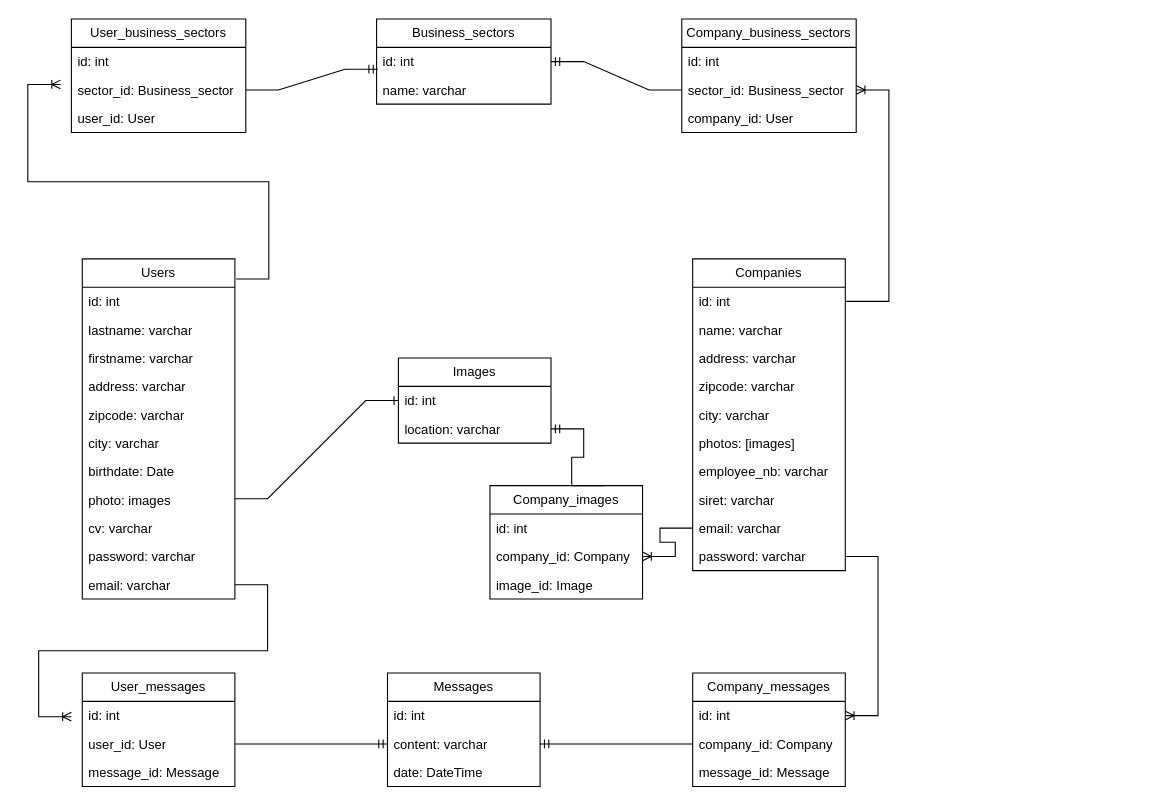
This is conception/bdd.drawio from Goramax/chooze_me, a draw.io file, before an edit. Source tidied: cells renumbered, new cells numbered last; positions are measured from the earlier drawing's top-left corner, leaving out a move shared by most shapes. Both pictures are drawn from the tidied source at 109%, with x=0, y=0 at pixel (27, 19).
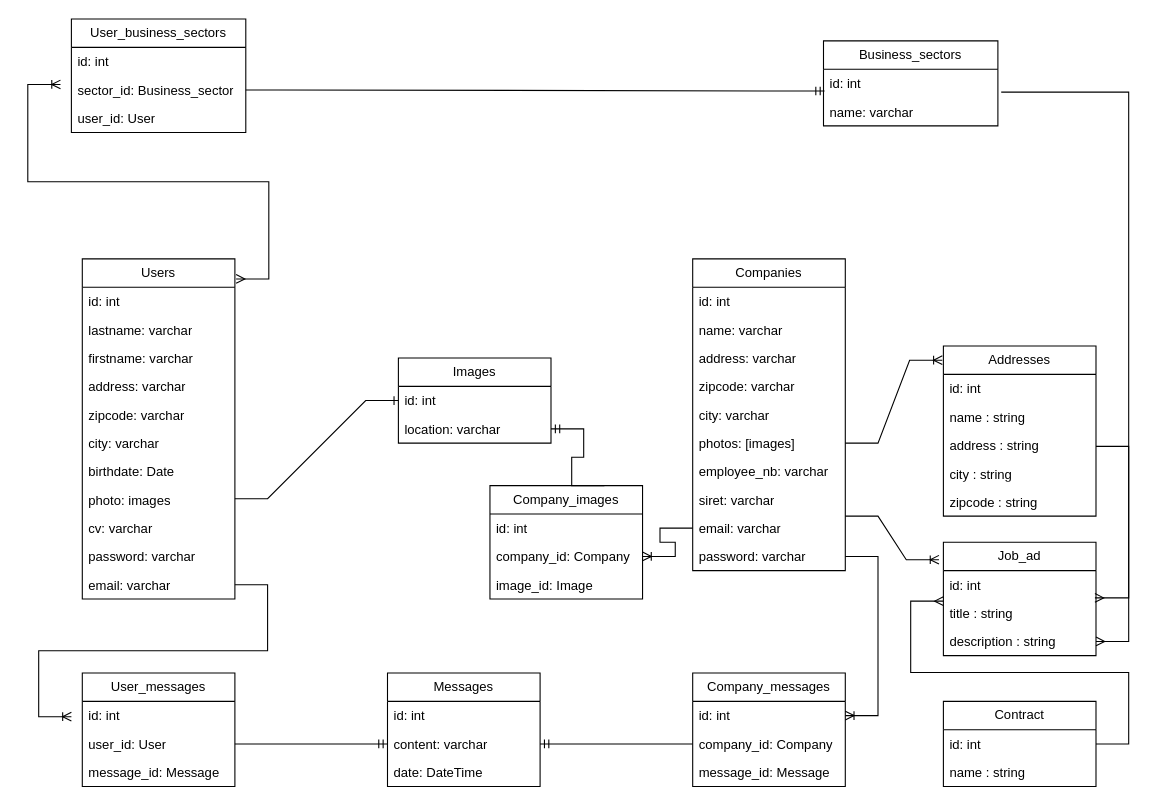
Above is the later version.

The change refers to these unchanged cells:
```xml
<mxCell id="2" value="Users" style="swimlane;fontStyle=0;horizontal=1;startSize=26;fillColor=none;whiteSpace=wrap;html=1;" parent="1" vertex="1">
  <mxGeometry x="50" y="220" width="140" height="312" as="geometry" />
</mxCell>
<mxCell id="15" value="id: int" style="text;strokeColor=none;fillColor=none;align=left;verticalAlign=top;spacingLeft=4;spacingRight=4;overflow=hidden;points=[[0,0.5],[1,0.5]];portConstraint=eastwest;whiteSpace=wrap;html=1;" parent="14" vertex="1">
  <mxGeometry y="26" width="140" height="26" as="geometry" />
</mxCell>
<mxCell id="20" value="photos: [images]" style="text;strokeColor=none;fillColor=none;align=left;verticalAlign=top;spacingLeft=4;spacingRight=4;overflow=hidden;points=[[0,0.5],[1,0.5]];portConstraint=eastwest;whiteSpace=wrap;html=1;" parent="14" vertex="1">
  <mxGeometry y="156" width="140" height="26" as="geometry" />
</mxCell>
<mxCell id="41" value="id: int" style="text;strokeColor=none;fillColor=none;align=left;verticalAlign=top;spacingLeft=4;spacingRight=4;overflow=hidden;points=[[0,0.5],[1,0.5]];portConstraint=eastwest;whiteSpace=wrap;html=1;" parent="40" vertex="1">
  <mxGeometry y="26" width="160" height="26" as="geometry" />
</mxCell>
```

Change to the diagram source:
```diff
@@
     <mxCell id="40" value="Business_sectors" style="swimlane;fontStyle=0;horizontal=1;startSize=26;fillColor=none;whiteSpace=wrap;html=1;" parent="1" vertex="1">
-      <mxGeometry x="320" width="160" height="78" as="geometry" />
+      <mxGeometry x="730" y="20" width="160" height="78" as="geometry" />
     </mxCell>
@@
-    <mxCell id="47" value="Company_business_sectors" style="swimlane;fontStyle=0;horizontal=1;startSize=26;fillColor=none;whiteSpace=wrap;html=1;" parent="1" vertex="1">
-      <mxGeometry x="600" width="160" height="104" as="geometry" />
-    </mxCell>
-    <mxCell id="48" value="id: int" style="text;strokeColor=none;fillColor=none;align=left;verticalAlign=top;spacingLeft=4;spacingRight=4;overflow=hidden;whiteSpace=wrap;html=1;" parent="47" vertex="1">
-      <mxGeometry y="26" width="160" height="26" as="geometry" />
-    </mxCell>
-    <mxCell id="49" value="sector_id: Business_sector" style="text;strokeColor=none;fillColor=none;align=left;verticalAlign=top;spacingLeft=4;spacingRight=4;overflow=hidden;points=[[0,0.5],[1,0.5]];portConstraint=eastwest;whiteSpace=wrap;html=1;" parent="47" vertex="1">
-      <mxGeometry y="52" width="160" height="26" as="geometry" />
-    </mxCell>
-    <mxCell id="50" value="company_id: User" style="text;strokeColor=none;fillColor=none;align=left;verticalAlign=top;spacingLeft=4;spacingRight=4;overflow=hidden;whiteSpace=wrap;html=1;" parent="47" vertex="1">
-      <mxGeometry y="78" width="160" height="26" as="geometry" />
-    </mxCell>
-    <mxCell id="51" style="edgeStyle=entityRelationEdgeStyle;fontSize=12;html=1;endArrow=ERoneToMany;rounded=0;exitX=1.008;exitY=0.059;exitDx=0;exitDy=0;exitPerimeter=0;" parent="1" edge="1" source="2">
+    <mxCell id="51" style="edgeStyle=entityRelationEdgeStyle;fontSize=12;html=1;endArrow=ERoneToMany;rounded=0;exitX=1.008;exitY=0.059;exitDx=0;exitDy=0;exitPerimeter=0;startArrow=ERmany;startFill=0;" parent="1" edge="1" source="2">
       <mxGeometry relative="1" as="geometry">
         <mxPoint x="30" y="60" as="targetPoint" />
       </mxGeometry>
     </mxCell>
@@
-    <mxCell id="53" style="edgeStyle=entityRelationEdgeStyle;fontSize=12;html=1;endArrow=ERmandOne;rounded=0;entryX=1;entryY=0.5;entryDx=0;entryDy=0;exitX=0;exitY=0.5;exitDx=0;exitDy=0;" parent="1" edge="1" source="49" target="41">
-      <mxGeometry relative="1" as="geometry">
-        <Array as="points">
-          <mxPoint x="493" y="43" />
-          <mxPoint x="793" y="3" />
-          <mxPoint x="603" y="27" />
-          <mxPoint x="583" y="53" />
-        </Array>
-      </mxGeometry>
-    </mxCell>
-    <mxCell id="54" style="edgeStyle=entityRelationEdgeStyle;fontSize=12;html=1;endArrow=ERoneToMany;rounded=0;exitX=1;exitY=0.5;exitDx=0;exitDy=0;" parent="1" edge="1" source="15" target="49">
-      <mxGeometry relative="1" as="geometry" />
-    </mxCell>
@@
+    <mxCell id="66" value="Addresses" style="swimlane;fontStyle=0;horizontal=1;startSize=26;fillColor=none;whiteSpace=wrap;html=1;" parent="1" vertex="1">
+      <mxGeometry x="840" y="300" width="140" height="156" as="geometry" />
+    </mxCell>
+    <mxCell id="67" value="id: int" style="text;strokeColor=none;fillColor=none;align=left;verticalAlign=top;spacingLeft=4;spacingRight=4;overflow=hidden;whiteSpace=wrap;html=1;" parent="66" vertex="1">
+      <mxGeometry y="26" width="140" height="26" as="geometry" />
+    </mxCell>
+    <mxCell id="68" value="name : string" style="text;strokeColor=none;fillColor=none;align=left;verticalAlign=top;spacingLeft=4;spacingRight=4;overflow=hidden;whiteSpace=wrap;html=1;" parent="66" vertex="1">
+      <mxGeometry y="52" width="140" height="26" as="geometry" />
+    </mxCell>
+    <mxCell id="69" value="address : string" style="text;strokeColor=none;fillColor=none;align=left;verticalAlign=top;spacingLeft=4;spacingRight=4;overflow=hidden;whiteSpace=wrap;html=1;" parent="66" vertex="1">
+      <mxGeometry y="78" width="140" height="26" as="geometry" />
+    </mxCell>
+    <mxCell id="70" value="city : string" style="text;strokeColor=none;fillColor=none;align=left;verticalAlign=top;spacingLeft=4;spacingRight=4;overflow=hidden;whiteSpace=wrap;html=1;" parent="66" vertex="1">
+      <mxGeometry y="104" width="140" height="26" as="geometry" />
+    </mxCell>
+    <mxCell id="71" value="zipcode : string" style="text;strokeColor=none;fillColor=none;align=left;verticalAlign=top;spacingLeft=4;spacingRight=4;overflow=hidden;whiteSpace=wrap;html=1;" parent="66" vertex="1">
+      <mxGeometry y="130" width="140" height="26" as="geometry" />
+    </mxCell>
+    <mxCell id="72" style="edgeStyle=entityRelationEdgeStyle;fontSize=12;html=1;endArrow=ERoneToMany;rounded=0;exitX=1;exitY=0.5;exitDx=0;exitDy=0;entryX=-0.007;entryY=0.083;entryDx=0;entryDy=0;entryPerimeter=0;" parent="1" edge="1" source="20" target="66">
+      <mxGeometry relative="1" as="geometry" />
+    </mxCell>
+    <mxCell id="73" value="Job_ad" style="swimlane;fontStyle=0;horizontal=1;startSize=26;fillColor=none;whiteSpace=wrap;html=1;" parent="1" vertex="1">
+      <mxGeometry x="840" y="480" width="140" height="104" as="geometry" />
+    </mxCell>
+    <mxCell id="74" value="id: int" style="text;strokeColor=none;fillColor=none;align=left;verticalAlign=top;spacingLeft=4;spacingRight=4;overflow=hidden;whiteSpace=wrap;html=1;" parent="73" vertex="1">
+      <mxGeometry y="26" width="140" height="26" as="geometry" />
+    </mxCell>
+    <mxCell id="75" value="title : string" style="text;strokeColor=none;fillColor=none;align=left;verticalAlign=top;spacingLeft=4;spacingRight=4;overflow=hidden;points=[[0,0.5],[1,0.5]];portConstraint=eastwest;whiteSpace=wrap;html=1;" parent="73" vertex="1">
+      <mxGeometry y="52" width="140" height="26" as="geometry" />
+    </mxCell>
+    <mxCell id="76" value="description : string" style="text;strokeColor=none;fillColor=none;align=left;verticalAlign=top;spacingLeft=4;spacingRight=4;overflow=hidden;points=[[0,0.5],[1,0.5]];portConstraint=eastwest;whiteSpace=wrap;html=1;" parent="73" vertex="1">
+      <mxGeometry y="78" width="140" height="26" as="geometry" />
+    </mxCell>
+    <mxCell id="77" style="edgeStyle=entityRelationEdgeStyle;fontSize=12;html=1;endArrow=ERoneToMany;rounded=0;exitX=1;exitY=0.5;exitDx=0;exitDy=0;entryX=-0.029;entryY=0.154;entryDx=0;entryDy=0;entryPerimeter=0;" parent="1" edge="1" target="73">
+      <mxGeometry relative="1" as="geometry">
+        <mxPoint x="750" y="456" as="sourcePoint" />
+      </mxGeometry>
+    </mxCell>
+    <mxCell id="78" style="edgeStyle=entityRelationEdgeStyle;fontSize=12;html=1;endArrow=ERmany;rounded=0;exitX=1;exitY=0.5;exitDx=0;exitDy=0;entryX=0.993;entryY=-0.038;entryDx=0;entryDy=0;entryPerimeter=0;endFill=0;" parent="1" edge="1" target="75">
+      <mxGeometry relative="1" as="geometry">
+        <mxPoint x="980" y="392" as="sourcePoint" />
+      </mxGeometry>
+    </mxCell>
+    <mxCell id="79" value="Contract" style="swimlane;fontStyle=0;horizontal=1;startSize=26;fillColor=none;whiteSpace=wrap;html=1;" parent="1" vertex="1">
+      <mxGeometry x="840" y="626" width="140" height="78" as="geometry" />
+    </mxCell>
+    <mxCell id="80" value="id: int" style="text;strokeColor=none;fillColor=none;align=left;verticalAlign=top;spacingLeft=4;spacingRight=4;overflow=hidden;points=[[0,0.5],[1,0.5]];portConstraint=eastwest;whiteSpace=wrap;html=1;" parent="79" vertex="1">
+      <mxGeometry y="26" width="140" height="26" as="geometry" />
+    </mxCell>
+    <mxCell id="81" value="name : string" style="text;strokeColor=none;fillColor=none;align=left;verticalAlign=top;spacingLeft=4;spacingRight=4;overflow=hidden;whiteSpace=wrap;html=1;" parent="79" vertex="1">
+      <mxGeometry y="52" width="140" height="26" as="geometry" />
+    </mxCell>
+    <mxCell id="82" style="edgeStyle=entityRelationEdgeStyle;fontSize=12;html=1;endArrow=ERmany;rounded=0;exitX=1;exitY=0.5;exitDx=0;exitDy=0;" parent="1" edge="1" source="80">
+      <mxGeometry relative="1" as="geometry">
+        <mxPoint x="840" y="534" as="targetPoint" />
+        <Array as="points">
+          <mxPoint x="820" y="580" />
+          <mxPoint x="790" y="620" />
+          <mxPoint x="840" y="590" />
+          <mxPoint x="950" y="580" />
+          <mxPoint x="800" y="580" />
+          <mxPoint x="810" y="580" />
+        </Array>
+      </mxGeometry>
+    </mxCell>
+    <mxCell id="83" style="edgeStyle=entityRelationEdgeStyle;fontSize=12;html=1;endArrow=ERmany;rounded=0;exitX=1.019;exitY=0.808;exitDx=0;exitDy=0;exitPerimeter=0;" parent="1" edge="1" source="41" target="76">
+      <mxGeometry relative="1" as="geometry">
+        <Array as="points">
+          <mxPoint x="1040" y="-40" />
+          <mxPoint x="1060" y="200" />
+        </Array>
+      </mxGeometry>
+    </mxCell>
```
